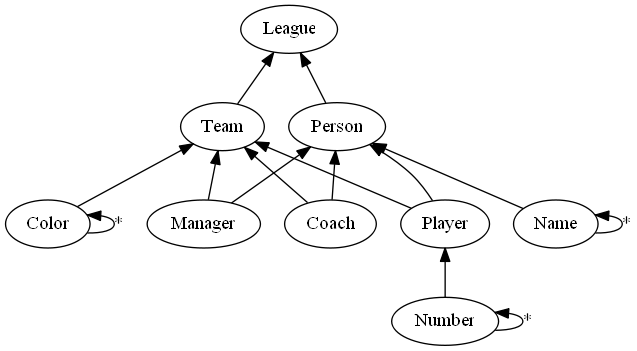
Above: model.png in Miruken-DotNet/Demo.MajorLeagueMiruken (Graphviz), before the change. Its source is kept beside it as model.gv.
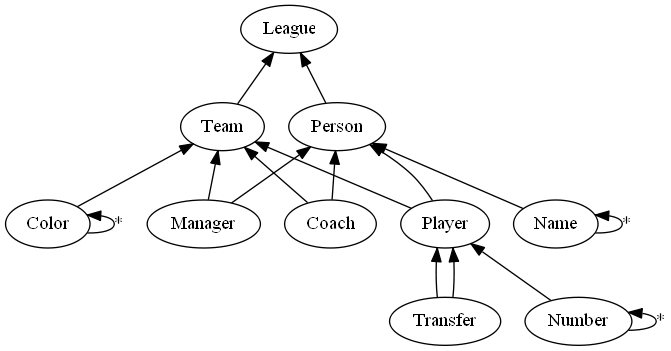
Above is the later version.

Commit message:
Transfer a player to another team.

Change to the diagram source:
```diff
@@ -11,6 +11,9 @@
 Coach->Team
 Coach->Person
 
+Transfer->Player
+Transfer->Player
+
 Number->Player
 Number->Number [label="*"]
 Name->Person
```
